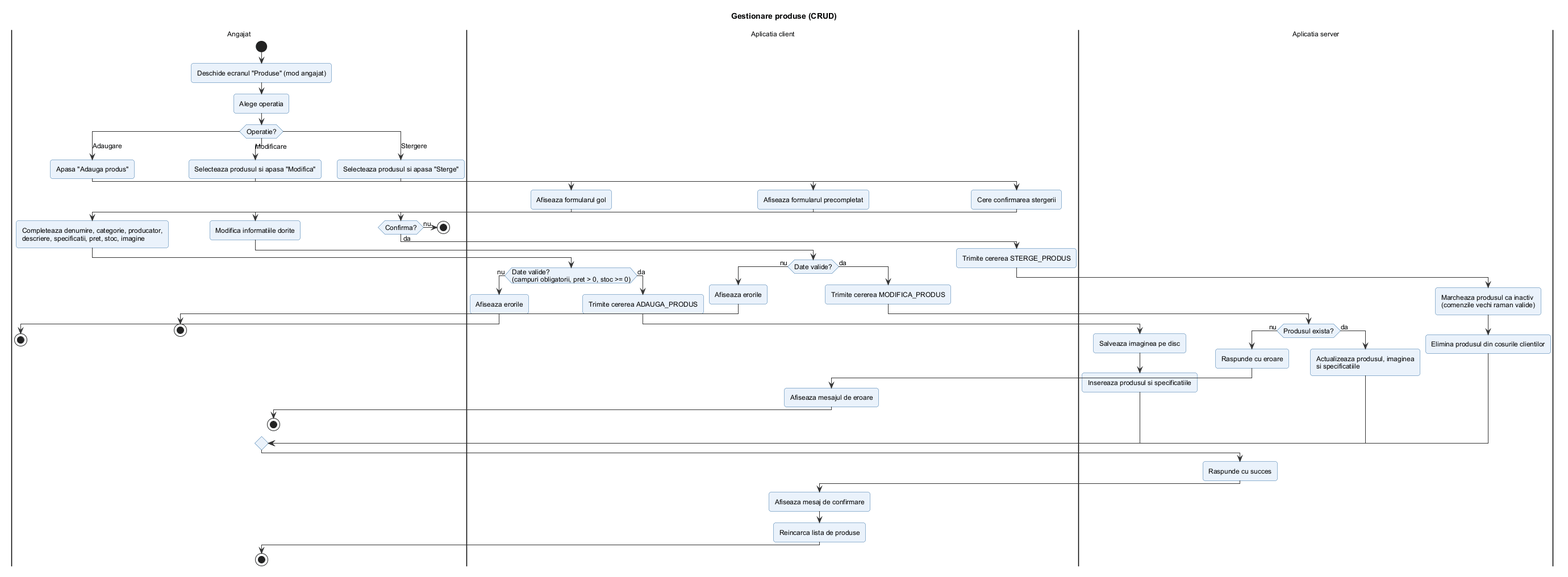
Earlier version of the PlantUML export docs/diagrame/2_activitati/gestionare_produse.png (filip-eanu/ProiectIS).
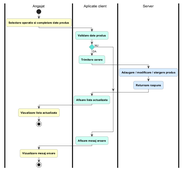
After the commit.

Diff of the diagram source:
```diff
@@ -1,81 +1,26 @@
 @startuml gestionare_produse
-!include ../_stil.iuml
-title Gestionare produse (CRUD)
+!include ../_stil_activitati.iuml
 
 |Angajat|
 start
-:Deschide ecranul "Produse" (mod angajat);
-:Alege operatia;
-switch (Operatie?)
-case (Adaugare)
-  :Apasa "Adauga produs";
-  |Aplicatia client|
-  :Afiseaza formularul gol;
+$A("Selectare operatie si completare date produs")
+|Aplicatie client|
+$C("Validare date produs")
+if () then (DA)
+  $C("Trimitere cerere")
+  |Server|
+  $S("Adaugare / modificare / stergere produs")
+  $S("Returnare raspuns")
+  |Aplicatie client|
+  $C("Afisare lista actualizata")
   |Angajat|
-  :Completeaza denumire, categorie, producator,
-  descriere, specificatii, pret, stoc, imagine;
-  |Aplicatia client|
-  if (Date valide?\n(campuri obligatorii, pret > 0, stoc >= 0)) then (nu)
-    :Afiseaza erorile;
-    |Angajat|
-    stop
-  else (da)
-    |Aplicatia client|
-    :Trimite cererea ADAUGA_PRODUS;
-    |Aplicatia server|
-    :Salveaza imaginea pe disc;
-    :Insereaza produsul si specificatiile;
-  endif
-case (Modificare)
-  |Angajat|
-  :Selecteaza produsul si apasa "Modifica";
-  |Aplicatia client|
-  :Afiseaza formularul precompletat;
-  |Angajat|
-  :Modifica informatiile dorite;
-  |Aplicatia client|
-  if (Date valide?) then (nu)
-    :Afiseaza erorile;
-    |Angajat|
-    stop
-  else (da)
-    |Aplicatia client|
-    :Trimite cererea MODIFICA_PRODUS;
-    |Aplicatia server|
-    if (Produsul exista?) then (nu)
-      :Raspunde cu eroare;
-      |Aplicatia client|
-      :Afiseaza mesajul de eroare;
-      |Angajat|
-      stop
-    else (da)
-      |Aplicatia server|
-      :Actualizeaza produsul, imaginea
-      si specificatiile;
-    endif
-  endif
-case (Stergere)
-  |Angajat|
-  :Selecteaza produsul si apasa "Sterge";
-  |Aplicatia client|
-  :Cere confirmarea stergerii;
-  |Angajat|
-  if (Confirma?) then (nu)
-    stop
-  else (da)
-    |Aplicatia client|
-    :Trimite cererea STERGE_PRODUS;
-    |Aplicatia server|
-    :Marcheaza produsul ca inactiv
-    (comenzile vechi raman valide);
-    :Elimina produsul din cosurile clientilor;
-  endif
-endswitch
-|Aplicatia server|
-:Raspunde cu succes;
-|Aplicatia client|
-:Afiseaza mesaj de confirmare;
-:Reincarca lista de produse;
+  $A("Vizualizare lista actualizata")
+  stop
+else (NU)
+endif
+|Aplicatie client|
+$C("Afisare mesaj eroare")
 |Angajat|
+$A("Vizualizare mesaj eroare")
 stop
 @enduml
```
